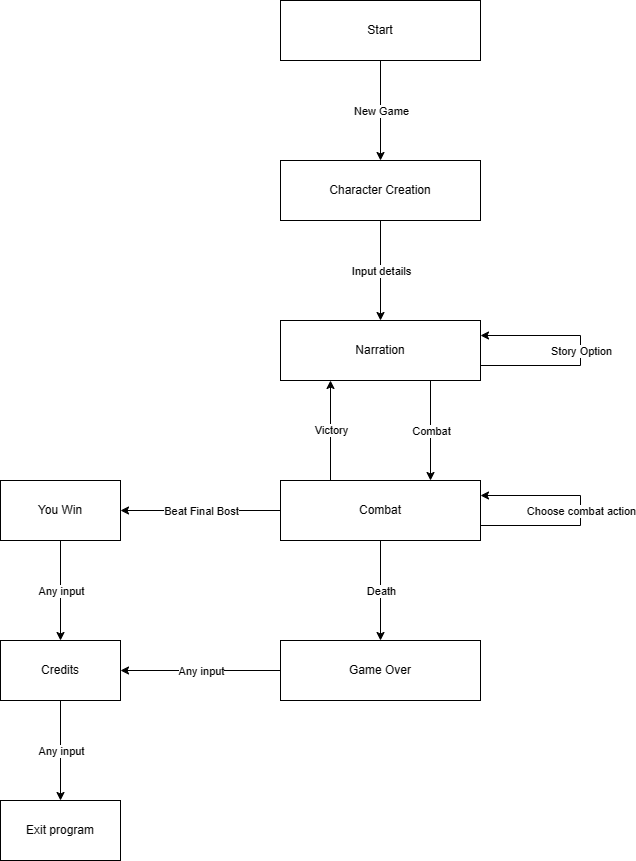
This is README_Resources/navigation_diagram.png from youranye/RPG-Game-Void-Quest, a draw.io export, as it was before one commit. Source tidied: cells renumbered, new cells last; positions are measured from the earlier drawing's top-left corner, leaving out a move shared by most shapes. Source of this version:
```xml
<mxGraphModel>
  <root>
    <mxCell id="0" />
    <mxCell id="1" parent="0" />
    <mxCell id="2" value="Start" style="rounded=0;whiteSpace=wrap;html=1;" parent="1" vertex="1">
      <mxGeometry x="280" width="200" height="60" as="geometry" />
    </mxCell>
    <mxCell id="3" value="Character Creation" style="rounded=0;whiteSpace=wrap;html=1;" parent="1" vertex="1">
      <mxGeometry x="280" y="160" width="200" height="60" as="geometry" />
    </mxCell>
    <mxCell id="4" style="endArrow=classic;html=1;rounded=0;" parent="1" edge="1" source="2" target="3">
      <mxGeometry relative="1" as="geometry" />
    </mxCell>
    <mxCell id="5" value="New Game" style="edgeLabel;html=1;align=center;verticalAlign=middle;" parent="4" vertex="1">
      <mxGeometry relative="1" as="geometry" />
    </mxCell>
    <mxCell id="6" value="Narration" style="rounded=0;whiteSpace=wrap;html=1;" parent="1" vertex="1">
      <mxGeometry x="280" y="320" width="200" height="60" as="geometry" />
    </mxCell>
    <mxCell id="7" style="endArrow=classic;html=1;rounded=0;" parent="1" edge="1" source="3" target="6">
      <mxGeometry relative="1" as="geometry" />
    </mxCell>
    <mxCell id="8" value="Input details" style="edgeLabel;html=1;align=center;verticalAlign=middle;" parent="7" vertex="1">
      <mxGeometry relative="1" as="geometry" />
    </mxCell>
    <mxCell id="9" value="Combat" style="rounded=0;whiteSpace=wrap;html=1;" parent="1" vertex="1">
      <mxGeometry x="280" y="480" width="200" height="60" as="geometry" />
    </mxCell>
    <mxCell id="10" style="endArrow=classic;html=1;rounded=0;exitX=1;exitY=0.75;exitDx=0;exitDy=0;entryX=1;entryY=0.25;entryDx=0;entryDy=0;" parent="1" edge="1" source="6" target="6">
      <mxGeometry relative="1" as="geometry">
        <Array as="points">
          <mxPoint x="580" y="365" />
          <mxPoint x="580" y="335" />
        </Array>
      </mxGeometry>
    </mxCell>
    <mxCell id="11" value="Story Option" style="edgeLabel;html=1;align=center;verticalAlign=middle;" parent="10" vertex="1">
      <mxGeometry relative="1" as="geometry" />
    </mxCell>
    <mxCell id="12" style="endArrow=classic;html=1;rounded=0;exitX=0.75;exitY=1;exitDx=0;exitDy=0;entryX=0.75;entryY=0;entryDx=0;entryDy=0;" parent="1" edge="1" source="6" target="9">
      <mxGeometry relative="1" as="geometry" />
    </mxCell>
    <mxCell id="13" value="Combat" style="edgeLabel;html=1;align=center;verticalAlign=middle;" parent="12" vertex="1">
      <mxGeometry relative="1" as="geometry" />
    </mxCell>
    <mxCell id="14" value="Game Over" style="rounded=0;whiteSpace=wrap;html=1;" parent="1" vertex="1">
      <mxGeometry x="280" y="640" width="200" height="60" as="geometry" />
    </mxCell>
    <mxCell id="15" style="endArrow=classic;html=1;rounded=0;" parent="1" edge="1" source="9" target="14">
      <mxGeometry relative="1" as="geometry" />
    </mxCell>
    <mxCell id="16" value="Death" style="edgeLabel;html=1;align=center;verticalAlign=middle;" parent="15" vertex="1">
      <mxGeometry relative="1" as="geometry" />
    </mxCell>
    <mxCell id="17" value="You Win" style="rounded=0;whiteSpace=wrap;html=1;" parent="1" vertex="1">
      <mxGeometry y="480" width="120" height="60" as="geometry" />
    </mxCell>
    <mxCell id="18" style="endArrow=classic;html=1;rounded=0;" parent="1" edge="1" source="9" target="17">
      <mxGeometry relative="1" as="geometry" />
    </mxCell>
    <mxCell id="19" value="Beat Final Bost" style="edgeLabel;html=1;align=center;verticalAlign=middle;" parent="18" vertex="1">
      <mxGeometry relative="1" as="geometry" />
    </mxCell>
    <mxCell id="20" style="endArrow=classic;html=1;rounded=0;exitX=0.25;exitY=0;exitDx=0;exitDy=0;entryX=0.25;entryY=1;entryDx=0;entryDy=0;" parent="1" edge="1" source="9" target="6">
      <mxGeometry relative="1" as="geometry" />
    </mxCell>
    <mxCell id="21" value="Victory" style="edgeLabel;html=1;align=center;verticalAlign=middle;" parent="20" vertex="1">
      <mxGeometry relative="1" as="geometry" />
    </mxCell>
    <mxCell id="22" value="Credits" style="rounded=0;whiteSpace=wrap;html=1;" parent="1" vertex="1">
      <mxGeometry y="640" width="120" height="60" as="geometry" />
    </mxCell>
    <mxCell id="23" style="endArrow=classic;html=1;rounded=0;" parent="1" edge="1" source="17" target="22">
      <mxGeometry relative="1" as="geometry" />
    </mxCell>
    <mxCell id="24" value="Any input" style="edgeLabel;html=1;align=center;verticalAlign=middle;" parent="23" vertex="1">
      <mxGeometry x="0.45" y="3" relative="1" as="geometry">
        <mxPoint x="-3" y="-22" as="offset" />
      </mxGeometry>
    </mxCell>
    <mxCell id="25" style="endArrow=classic;html=1;rounded=0;exitX=0;exitY=0.5;exitDx=0;exitDy=0;" parent="1" edge="1" source="14" target="22">
      <mxGeometry relative="1" as="geometry" />
    </mxCell>
    <mxCell id="26" value="Any input" style="edgeLabel;html=1;align=center;verticalAlign=middle;" parent="25" vertex="1">
      <mxGeometry x="0.6" y="-4" relative="1" as="geometry">
        <mxPoint x="48" y="4" as="offset" />
      </mxGeometry>
    </mxCell>
    <mxCell id="27" value="Exit program" style="rounded=0;whiteSpace=wrap;html=1;" parent="1" vertex="1">
      <mxGeometry y="800" width="120" height="60" as="geometry" />
    </mxCell>
    <mxCell id="28" style="endArrow=classic;html=1;rounded=0;" parent="1" edge="1" source="22" target="27">
      <mxGeometry relative="1" as="geometry" />
    </mxCell>
    <mxCell id="29" value="Any input" style="edgeLabel;html=1;align=center;verticalAlign=middle;" parent="28" vertex="1">
      <mxGeometry x="0.01" relative="1" as="geometry" />
    </mxCell>
    <mxCell id="30" style="endArrow=classic;html=1;rounded=0;exitX=1;exitY=0.75;exitDx=0;exitDy=0;entryX=1;entryY=0.25;entryDx=0;entryDy=0;" parent="1" edge="1" source="9" target="9">
      <mxGeometry relative="1" as="geometry">
        <Array as="points">
          <mxPoint x="580" y="525" />
          <mxPoint x="580" y="495" />
        </Array>
      </mxGeometry>
    </mxCell>
    <mxCell id="31" value="Choose combat action" style="edgeLabel;html=1;align=center;verticalAlign=middle;" parent="30" vertex="1">
      <mxGeometry relative="1" as="geometry" />
    </mxCell>
  </root>
</mxGraphModel>
```
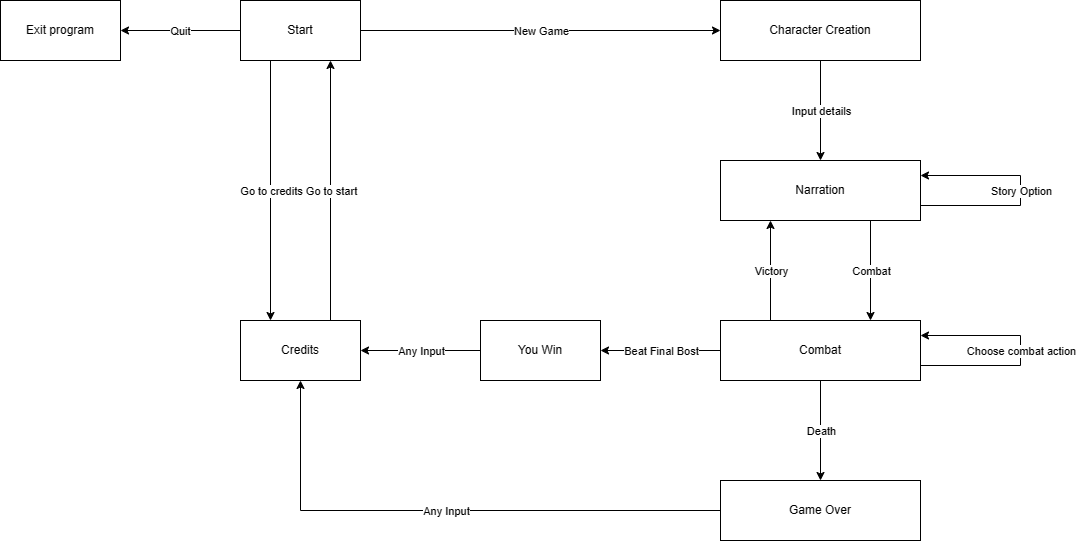
Above is the later version.

Change to the diagram source:
```diff
@@ -3,7 +3,7 @@
     <mxCell id="0" />
     <mxCell id="1" parent="0" />
     <mxCell id="2" value="Start" style="rounded=0;whiteSpace=wrap;html=1;" parent="1" vertex="1">
-      <mxGeometry x="280" width="200" height="60" as="geometry" />
+      <mxGeometry x="-200" y="160" width="120" height="60" as="geometry" />
     </mxCell>
     <mxCell id="3" value="Character Creation" style="rounded=0;whiteSpace=wrap;html=1;" parent="1" vertex="1">
       <mxGeometry x="280" y="160" width="200" height="60" as="geometry" />
@@ -53,7 +53,7 @@
       <mxGeometry relative="1" as="geometry" />
     </mxCell>
     <mxCell id="17" value="You Win" style="rounded=0;whiteSpace=wrap;html=1;" parent="1" vertex="1">
-      <mxGeometry y="480" width="120" height="60" as="geometry" />
+      <mxGeometry x="40" y="480" width="120" height="60" as="geometry" />
     </mxCell>
     <mxCell id="18" style="endArrow=classic;html=1;rounded=0;" parent="1" edge="1" source="9" target="17">
       <mxGeometry relative="1" as="geometry" />
@@ -68,31 +68,15 @@
       <mxGeometry relative="1" as="geometry" />
     </mxCell>
     <mxCell id="22" value="Credits" style="rounded=0;whiteSpace=wrap;html=1;" parent="1" vertex="1">
-      <mxGeometry y="640" width="120" height="60" as="geometry" />
+      <mxGeometry x="-200" y="480" width="120" height="60" as="geometry" />
     </mxCell>
-    <mxCell id="23" style="endArrow=classic;html=1;rounded=0;" parent="1" edge="1" source="17" target="22">
-      <mxGeometry relative="1" as="geometry" />
-    </mxCell>
-    <mxCell id="24" value="Any input" style="edgeLabel;html=1;align=center;verticalAlign=middle;" parent="23" vertex="1">
-      <mxGeometry x="0.45" y="3" relative="1" as="geometry">
-        <mxPoint x="-3" y="-22" as="offset" />
-      </mxGeometry>
-    </mxCell>
-    <mxCell id="25" style="endArrow=classic;html=1;rounded=0;exitX=0;exitY=0.5;exitDx=0;exitDy=0;" parent="1" edge="1" source="14" target="22">
-      <mxGeometry relative="1" as="geometry" />
-    </mxCell>
-    <mxCell id="26" value="Any input" style="edgeLabel;html=1;align=center;verticalAlign=middle;" parent="25" vertex="1">
-      <mxGeometry x="0.6" y="-4" relative="1" as="geometry">
-        <mxPoint x="48" y="4" as="offset" />
-      </mxGeometry>
-    </mxCell>
     <mxCell id="27" value="Exit program" style="rounded=0;whiteSpace=wrap;html=1;" parent="1" vertex="1">
-      <mxGeometry y="800" width="120" height="60" as="geometry" />
+      <mxGeometry x="-440" y="160" width="120" height="60" as="geometry" />
     </mxCell>
-    <mxCell id="28" style="endArrow=classic;html=1;rounded=0;" parent="1" edge="1" source="22" target="27">
+    <mxCell id="28" style="endArrow=classic;html=1;rounded=0;exitX=0;exitY=0.5;exitDx=0;exitDy=0;" parent="1" edge="1" source="2" target="27">
       <mxGeometry relative="1" as="geometry" />
     </mxCell>
-    <mxCell id="29" value="Any input" style="edgeLabel;html=1;align=center;verticalAlign=middle;" parent="28" vertex="1">
+    <mxCell id="29" value="Quit" style="edgeLabel;html=1;align=center;verticalAlign=middle;" parent="28" vertex="1">
       <mxGeometry x="0.01" relative="1" as="geometry" />
     </mxCell>
     <mxCell id="30" style="endArrow=classic;html=1;rounded=0;exitX=1;exitY=0.75;exitDx=0;exitDy=0;entryX=1;entryY=0.25;entryDx=0;entryDy=0;" parent="1" edge="1" source="9" target="9">
@@ -106,5 +90,29 @@
     <mxCell id="31" value="Choose combat action" style="edgeLabel;html=1;align=center;verticalAlign=middle;" parent="30" vertex="1">
       <mxGeometry relative="1" as="geometry" />
     </mxCell>
+    <mxCell id="32" style="endArrow=classic;html=1;rounded=0;exitX=0.25;exitY=1;exitDx=0;exitDy=0;entryX=0.25;entryY=0;entryDx=0;entryDy=0;" parent="1" edge="1" source="2" target="22">
+      <mxGeometry relative="1" as="geometry" />
+    </mxCell>
+    <mxCell id="33" value="Go to credits" style="edgeLabel;html=1;align=center;verticalAlign=middle;" parent="32" vertex="1">
+      <mxGeometry relative="1" as="geometry" />
+    </mxCell>
+    <mxCell id="34" style="endArrow=classic;html=1;rounded=0;exitX=0.75;exitY=0;exitDx=0;exitDy=0;entryX=0.75;entryY=1;entryDx=0;entryDy=0;" parent="1" edge="1" source="22" target="2">
+      <mxGeometry relative="1" as="geometry" />
+    </mxCell>
+    <mxCell id="35" value="Go to start" style="edgeLabel;html=1;align=center;verticalAlign=middle;" parent="34" vertex="1">
+      <mxGeometry relative="1" as="geometry" />
+    </mxCell>
+    <mxCell id="23" style="endArrow=classic;html=1;rounded=0;" parent="1" edge="1" source="17" target="22">
+      <mxGeometry relative="1" as="geometry" />
+    </mxCell>
+    <mxCell id="36" value="Any Input" style="edgeLabel;html=1;align=center;verticalAlign=middle;" parent="23" vertex="1">
+      <mxGeometry relative="1" as="geometry" />
+    </mxCell>
+    <mxCell id="25" style="endArrow=classic;html=1;rounded=0;edgeStyle=orthogonalEdgeStyle;" parent="1" edge="1" source="14" target="22">
+      <mxGeometry relative="1" as="geometry" />
+    </mxCell>
+    <mxCell id="37" value="Any Input" style="edgeLabel;html=1;align=center;verticalAlign=middle;" parent="25" vertex="1">
+      <mxGeometry relative="1" as="geometry" />
+    </mxCell>
   </root>
 </mxGraphModel>
```
